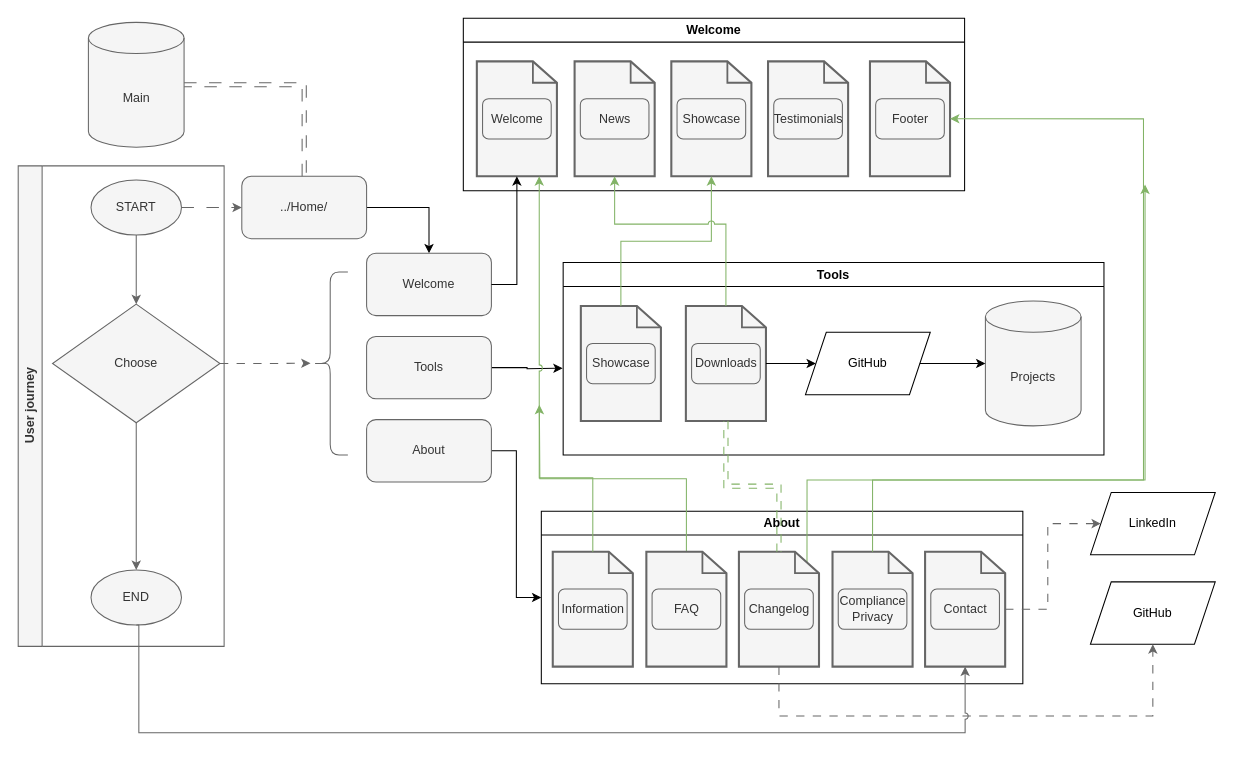
Before: attachments/src/siteMap.drawio in hectorbarquero/university-COMP266, a draw.io diagram. Source tidied: cells renumbered, new cells numbered last; positions are measured from the earlier drawing's top-left corner, leaving out a move shared by most shapes. Both pictures are drawn from the tidied source at 104%, with x=0, y=0 at pixel (18, 18).
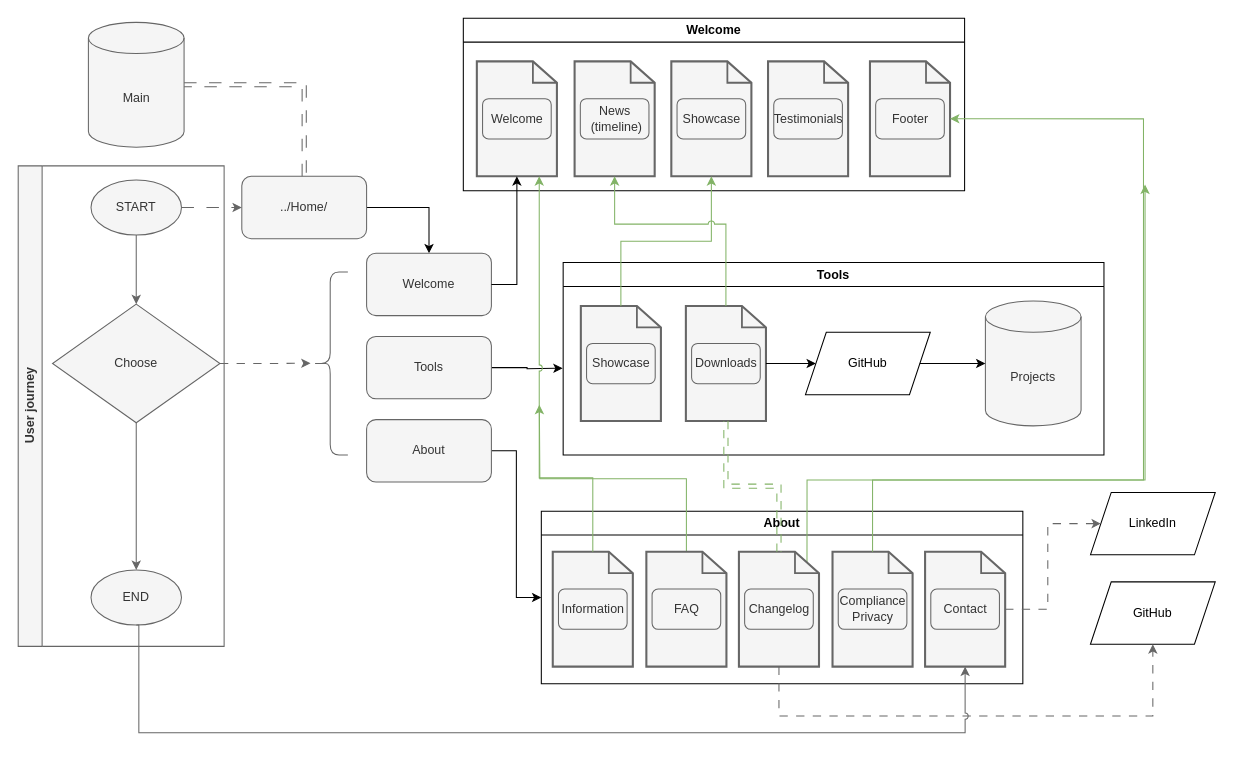
Above is the later version.

Unchanged cells that the change refers to:
```xml
<mxCell id="15" style="group;strokeWidth=1;" parent="1" vertex="1">
  <mxGeometry x="535" y="41.5" width="77" height="110.5" as="geometry" />
</mxCell>
```

The edit, as a diff of the source:
```diff
@@
-    <mxCell id="17" value="&lt;div&gt;News&lt;/div&gt;" style="rounded=1;whiteSpace=wrap;html=1;fillColor=#f5f5f5;fontColor=#333333;strokeColor=#666666;" parent="15" vertex="1">
+    <mxCell id="17" value="&lt;div&gt;News&lt;/div&gt;&amp;nbsp;(timeline)" style="rounded=1;whiteSpace=wrap;html=1;fillColor=#f5f5f5;fontColor=#333333;strokeColor=#666666;" parent="15" vertex="1">
       <mxGeometry x="5.5" y="35.9" width="66" height="38.7" as="geometry" />
     </mxCell>
```
